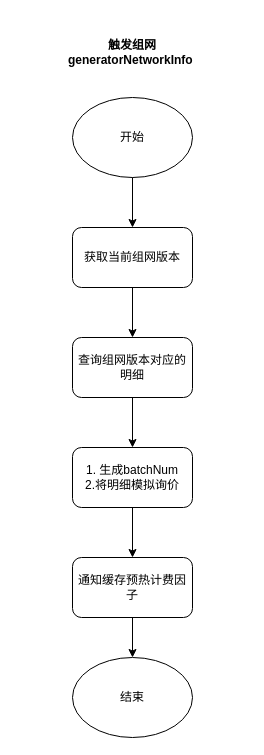
This is 组网导入.drawio from heyrry/draw.io, a draw.io file, before an edit. Source tidied: cells renumbered, new cells numbered last; positions are measured from the earlier drawing's top-left corner, leaving out a move shared by most shapes. Both pictures are drawn from the tidied source at 100%, with x=0, y=0 at pixel (17, 17).
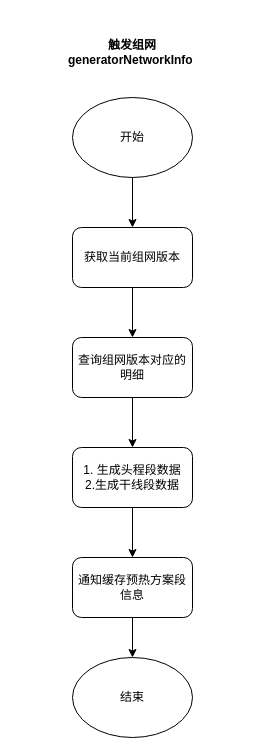
Above is the later version.

Commit message:
更新组网导入.drawio

What changed in the source:
```diff
@@
 <mxGraphModel>
   <root>
     <mxCell id="0" />
     <mxCell id="1" parent="0" />
     <mxCell id="2" style="edgeStyle=orthogonalEdgeStyle;rounded=0;jettySize=auto;html=1;exitX=0.5;exitY=1;exitDx=0;exitDy=0;entryX=0.5;entryY=0;entryDx=0;entryDy=0;" parent="1" edge="1" source="3" target="5">
       <mxGeometry relative="1" as="geometry" />
     </mxCell>
     <mxCell id="3" value="开始" style="ellipse;whiteSpace=wrap;html=1;fillColor=none;" parent="1" vertex="1">
       <mxGeometry x="55" y="80" width="120" height="80" as="geometry" />
     </mxCell>
     <mxCell id="4" style="edgeStyle=orthogonalEdgeStyle;rounded=0;jettySize=auto;html=1;exitX=0.5;exitY=1;exitDx=0;exitDy=0;entryX=0.5;entryY=0;entryDx=0;entryDy=0;" parent="1" edge="1" source="5" target="7">
       <mxGeometry relative="1" as="geometry" />
     </mxCell>
     <mxCell id="5" value="获取当前组网版本" style="rounded=1;whiteSpace=wrap;html=1;fillColor=none;" parent="1" vertex="1">
       <mxGeometry x="55" y="210" width="120" height="60" as="geometry" />
     </mxCell>
     <mxCell id="6" style="edgeStyle=orthogonalEdgeStyle;rounded=0;jettySize=auto;html=1;exitX=0.5;exitY=1;exitDx=0;exitDy=0;entryX=0.5;entryY=0;entryDx=0;entryDy=0;" parent="1" edge="1" source="7" target="9">
       <mxGeometry relative="1" as="geometry" />
     </mxCell>
     <mxCell id="7" value="查询组网版本对应的明细" style="rounded=1;whiteSpace=wrap;html=1;fillColor=none;" parent="1" vertex="1">
       <mxGeometry x="55" y="320" width="120" height="60" as="geometry" />
     </mxCell>
     <mxCell id="8" style="edgeStyle=orthogonalEdgeStyle;rounded=0;jettySize=auto;html=1;exitX=0.5;exitY=1;exitDx=0;exitDy=0;entryX=0.5;entryY=0;entryDx=0;entryDy=0;" parent="1" edge="1" source="9" target="11">
       <mxGeometry relative="1" as="geometry" />
     </mxCell>
-    <mxCell id="9" value="&lt;div&gt;1. 生成batchNum&lt;/div&gt;2.将明细模拟询价" style="rounded=1;whiteSpace=wrap;html=1;fillColor=none;" parent="1" vertex="1">
+    <mxCell id="9" value="&lt;div&gt;1. 生成头程段数据&lt;/div&gt;2.生成干线段数据" style="rounded=1;whiteSpace=wrap;html=1;fillColor=none;" parent="1" vertex="1">
       <mxGeometry x="55" y="430" width="120" height="60" as="geometry" />
     </mxCell>
     <mxCell id="10" style="edgeStyle=orthogonalEdgeStyle;rounded=0;jettySize=auto;html=1;exitX=0.5;exitY=1;exitDx=0;exitDy=0;entryX=0.5;entryY=0;entryDx=0;entryDy=0;" parent="1" edge="1" source="11" target="12">
       <mxGeometry relative="1" as="geometry" />
     </mxCell>
-    <mxCell id="11" value="&lt;div&gt;通知缓存预热计费因子&lt;/div&gt;" style="rounded=1;whiteSpace=wrap;html=1;fillColor=none;" parent="1" vertex="1">
+    <mxCell id="11" value="&lt;div&gt;通知缓存预热方案段信息&lt;/div&gt;" style="rounded=1;whiteSpace=wrap;html=1;fillColor=none;" parent="1" vertex="1">
       <mxGeometry x="55" y="540" width="120" height="60" as="geometry" />
     </mxCell>
     <mxCell id="12" value="结束" style="ellipse;whiteSpace=wrap;html=1;fillColor=none;" parent="1" vertex="1">
       <mxGeometry x="55" y="640" width="120" height="80" as="geometry" />
     </mxCell>
     <mxCell id="13" value="触发组网&lt;div class=&quot;lake-content&quot;&gt;&lt;span class=&quot;ne-text&quot;&gt;generatorNetworkInfo&amp;nbsp;&lt;/span&gt;&lt;/div&gt;" style="text;html=1;align=center;verticalAlign=middle;whiteSpace=wrap;rounded=0;fontStyle=1;" parent="1" vertex="1">
       <mxGeometry width="230" height="70" as="geometry" />
     </mxCell>
   </root>
 </mxGraphModel>
```
